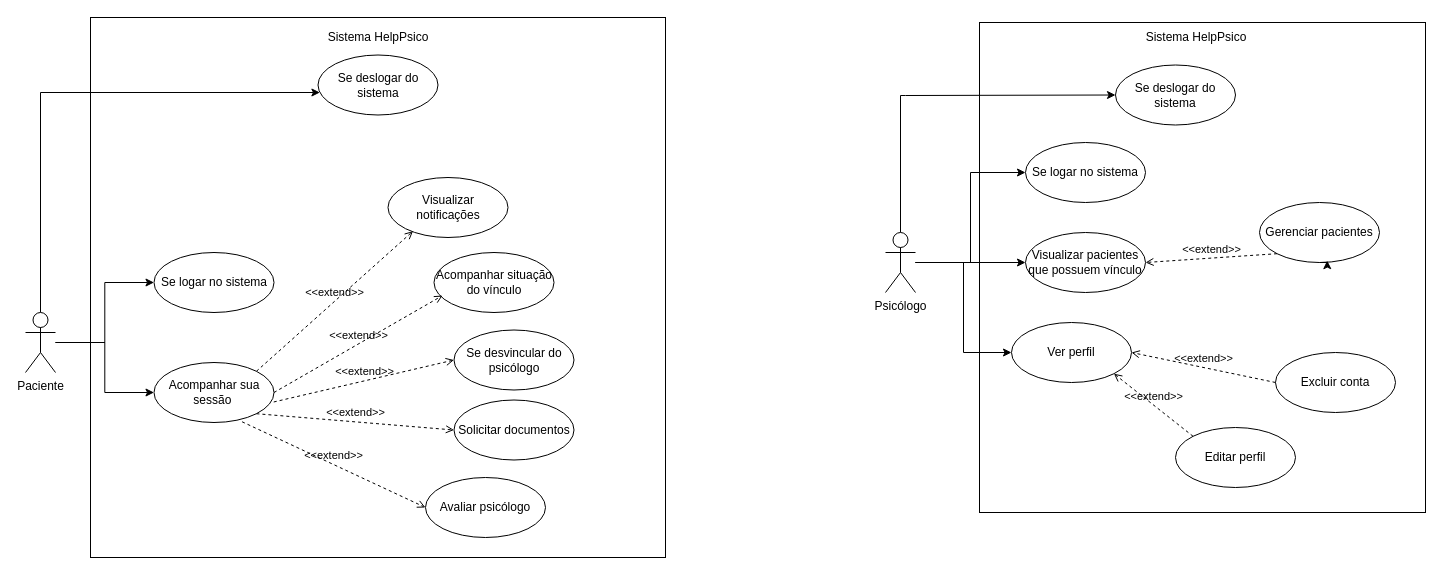
Earlier version of the draw.io diagram Diagrama caso de uso - mobile.drawio (LiraTecnologic/helppsico-documentacao). Source tidied: cells renumbered, new cells numbered last; positions are measured from the earlier drawing's top-left corner, leaving out a move shared by most shapes. Both pictures are drawn from the tidied source at 100%, with x=0, y=0 at pixel (25, 17).
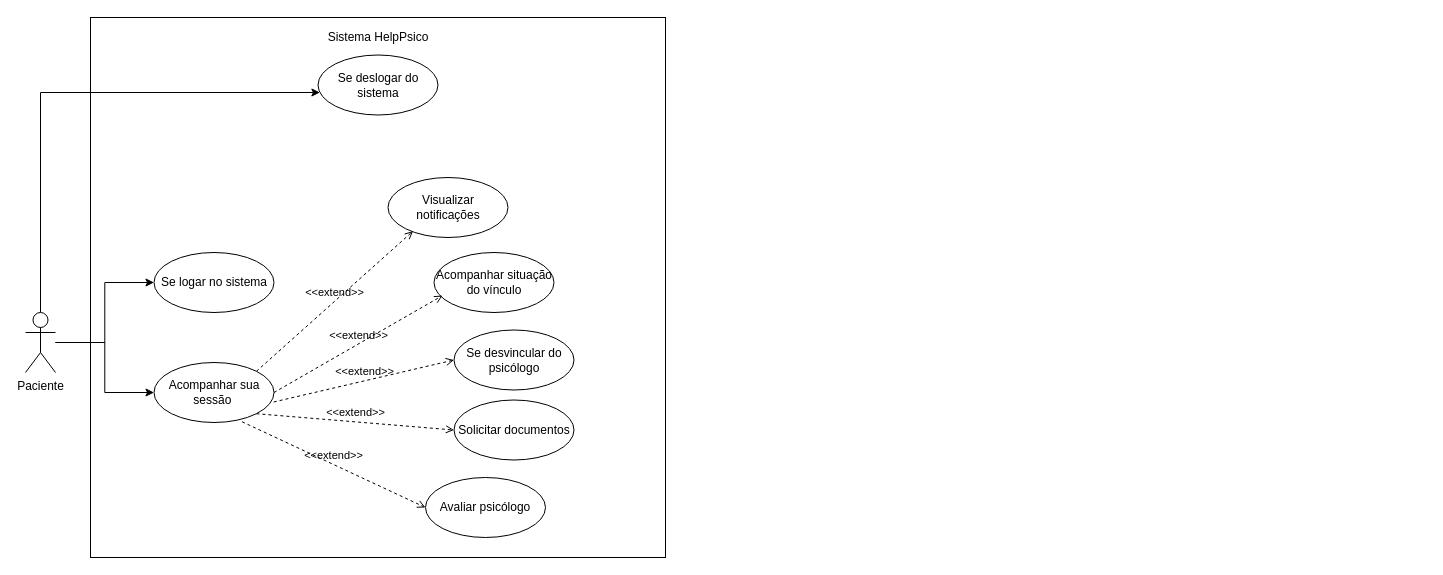
After the change.

Commit message (it also covers changes not shown here):
#DTR14:docs/Atualizando diagrama de classe de acordo com o desenvolvimento

Diff of the diagram source:
```diff
@@
-    <mxCell id="21" style="rounded=0;whiteSpace=wrap;html=1;" parent="1" vertex="1">
-      <mxGeometry x="954" y="5" width="446" height="490" as="geometry" />
-    </mxCell>
-    <mxCell id="22" style="edgeStyle=orthogonalEdgeStyle;rounded=0;jettySize=auto;html=1;entryX=0;entryY=0.5;entryDx=0;entryDy=0;" parent="1" edge="1" source="26" target="28">
-      <mxGeometry relative="1" as="geometry" />
-    </mxCell>
-    <mxCell id="23" style="edgeStyle=orthogonalEdgeStyle;rounded=0;jettySize=auto;html=1;entryX=0;entryY=0.5;entryDx=0;entryDy=0;exitX=0.5;exitY=0;exitDx=0;exitDy=0;exitPerimeter=0;" parent="1" edge="1" source="26" target="29">
-      <mxGeometry relative="1" as="geometry">
-        <Array as="points">
-          <mxPoint x="875" y="78" />
-          <mxPoint x="880" y="78" />
-        </Array>
-      </mxGeometry>
-    </mxCell>
-    <mxCell id="24" style="edgeStyle=orthogonalEdgeStyle;rounded=0;jettySize=auto;html=1;entryX=0;entryY=0.5;entryDx=0;entryDy=0;" parent="1" edge="1" source="26" target="30">
-      <mxGeometry relative="1" as="geometry" />
-    </mxCell>
-    <mxCell id="25" style="edgeStyle=orthogonalEdgeStyle;rounded=0;jettySize=auto;html=1;entryX=0;entryY=0.5;entryDx=0;entryDy=0;" parent="1" edge="1" source="26" target="33">
-      <mxGeometry relative="1" as="geometry" />
-    </mxCell>
-    <mxCell id="26" value="Psicólogo" style="shape=umlActor;verticalLabelPosition=bottom;verticalAlign=top;html=1;outlineConnect=0;" parent="1" vertex="1">
-      <mxGeometry x="860" y="215" width="30" height="60" as="geometry" />
-    </mxCell>
-    <mxCell id="27" value="Sistema HelpPsico" style="text;html=1;align=center;verticalAlign=middle;whiteSpace=wrap;rounded=0;" parent="1" vertex="1">
-      <mxGeometry x="1116" y="5" width="110" height="30" as="geometry" />
-    </mxCell>
-    <mxCell id="28" value="Se logar no sistema" style="ellipse;whiteSpace=wrap;html=1;" parent="1" vertex="1">
-      <mxGeometry x="1000" y="125" width="120" height="60" as="geometry" />
-    </mxCell>
-    <mxCell id="29" value="Se deslogar do sistema" style="ellipse;whiteSpace=wrap;html=1;" parent="1" vertex="1">
-      <mxGeometry x="1090" y="47.5" width="120" height="60" as="geometry" />
-    </mxCell>
-    <mxCell id="30" value="Visualizar pacientes que possuem vínculo" style="ellipse;whiteSpace=wrap;html=1;" parent="1" vertex="1">
-      <mxGeometry x="1000" y="215" width="120" height="60" as="geometry" />
-    </mxCell>
-    <mxCell id="31" value="Gerenciar pacientes" style="ellipse;whiteSpace=wrap;html=1;" parent="1" vertex="1">
-      <mxGeometry x="1234" y="185" width="120" height="60" as="geometry" />
-    </mxCell>
-    <mxCell id="32" value="&amp;lt;&amp;lt;extend&amp;gt;&amp;gt;" style="html=1;verticalAlign=bottom;labelBackgroundColor=none;endArrow=open;endFill=0;dashed=1;rounded=0;entryX=1;entryY=0.5;entryDx=0;entryDy=0;exitX=0;exitY=1;exitDx=0;exitDy=0;" parent="1" edge="1" source="31" target="30">
-      <mxGeometry relative="1" as="geometry" />
-    </mxCell>
-    <mxCell id="33" value="Ver perfil" style="ellipse;whiteSpace=wrap;html=1;" parent="1" vertex="1">
-      <mxGeometry x="986" y="305" width="120" height="60" as="geometry" />
-    </mxCell>
-    <mxCell id="34" value="Editar perfil" style="ellipse;whiteSpace=wrap;html=1;" parent="1" vertex="1">
-      <mxGeometry x="1150" y="410" width="120" height="60" as="geometry" />
-    </mxCell>
-    <mxCell id="35" value="Excluir conta" style="ellipse;whiteSpace=wrap;html=1;" parent="1" vertex="1">
-      <mxGeometry x="1250" y="335" width="120" height="60" as="geometry" />
-    </mxCell>
-    <mxCell id="36" value="&amp;lt;&amp;lt;extend&amp;gt;&amp;gt;" style="html=1;verticalAlign=bottom;labelBackgroundColor=none;endArrow=open;endFill=0;dashed=1;rounded=0;exitX=0;exitY=0.5;exitDx=0;exitDy=0;entryX=1;entryY=0.5;entryDx=0;entryDy=0;" parent="1" edge="1" source="35" target="33">
-      <mxGeometry relative="1" as="geometry" />
-    </mxCell>
-    <mxCell id="37" value="&amp;lt;&amp;lt;extend&amp;gt;&amp;gt;" style="html=1;verticalAlign=bottom;labelBackgroundColor=none;endArrow=open;endFill=0;dashed=1;rounded=0;exitX=0;exitY=0;exitDx=0;exitDy=0;entryX=1;entryY=1;entryDx=0;entryDy=0;" parent="1" edge="1" source="34" target="33">
-      <mxGeometry relative="1" as="geometry" />
-    </mxCell>
-    <mxCell id="38" style="edgeStyle=orthogonalEdgeStyle;rounded=0;orthogonalLoop=1;jettySize=auto;html=1;exitX=0.5;exitY=1;exitDx=0;exitDy=0;entryX=0.564;entryY=0.969;entryDx=0;entryDy=0;entryPerimeter=0;" parent="1" edge="1" source="31" target="31">
-      <mxGeometry relative="1" as="geometry" />
-    </mxCell>
```
